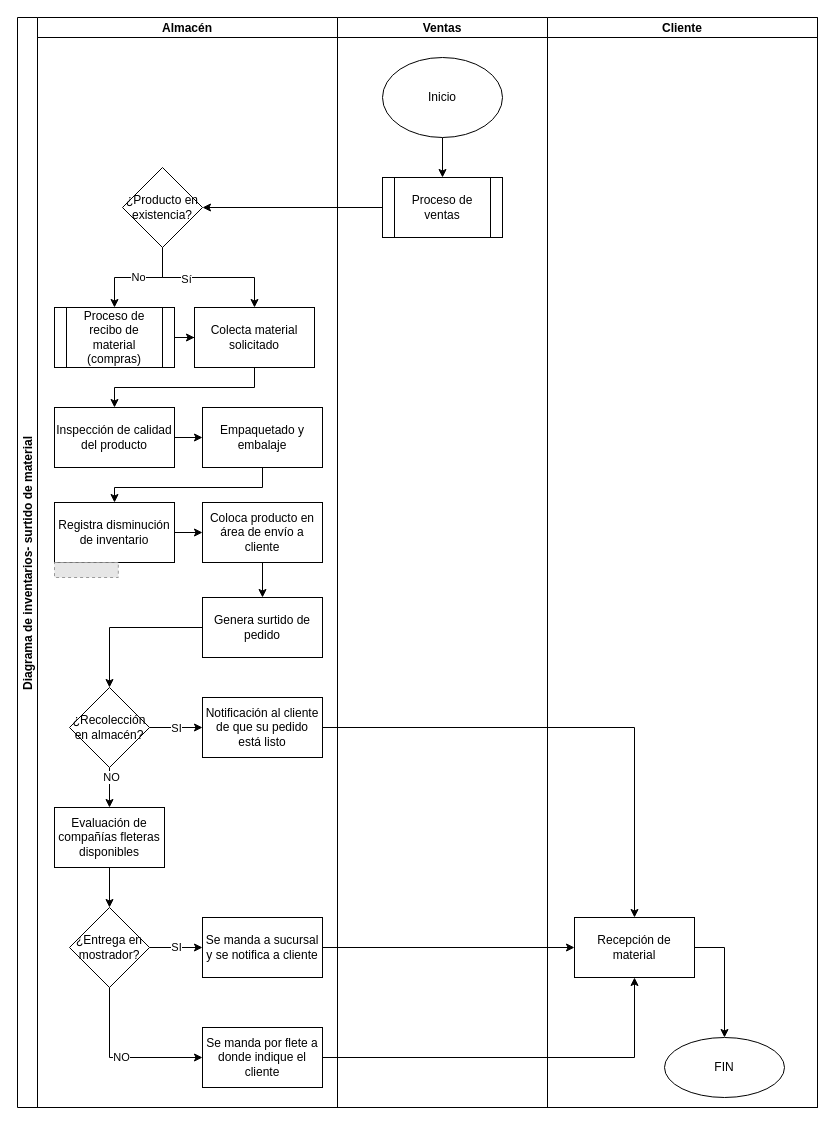
Before: 172285_Arandia_SurtidoMaterial(adaptado).drawio in FerAran/Flowchart, a draw.io diagram. Source tidied: cells renumbered, new cells numbered last; positions are measured from the earlier drawing's top-left corner, leaving out a move shared by most shapes. Both pictures are drawn from the tidied source at 100%, with x=0, y=0 at pixel (17, 17). Pictures stored in the file or linked from it are replaced by grey dashed boxes.
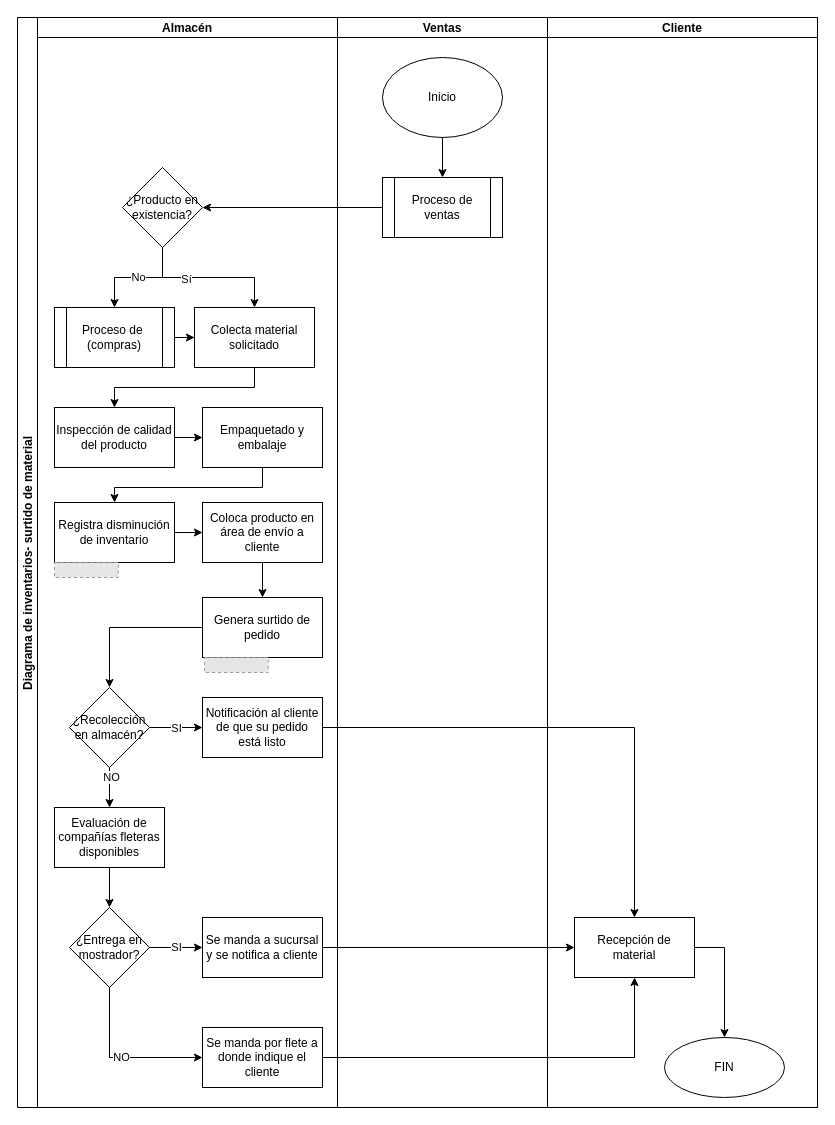
Above is the later version.

Unchanged cells that the change refers to:
```xml
<mxCell id="3" value="Almacén" style="swimlane;startSize=20;" parent="2" vertex="1">
  <mxGeometry x="20" width="300" height="1090" as="geometry" />
</mxCell>
```

Change to the diagram source:
```diff
@@
-    <mxCell id="9" value="Proceso de recibo de material (compras)" style="shape=process;whiteSpace=wrap;html=1;backgroundOutline=1;" parent="3" vertex="1">
+    <mxCell id="9" value="Proceso de&amp;nbsp; (compras)" style="shape=process;whiteSpace=wrap;html=1;backgroundOutline=1;" parent="3" vertex="1">
       <mxGeometry x="17" y="290" width="120" height="60" as="geometry" />
     </mxCell>
@@
+    <mxCell id="48" style="fillColor=#E6E6E6;strokeColor=#999999;dashed=1;verticalLabelPosition=bottom;labelBackgroundColor=default;verticalAlign=top;" parent="3" vertex="1">
+      <mxGeometry x="167" y="640" width="63.8" height="15" as="geometry" />
+    </mxCell>
```
